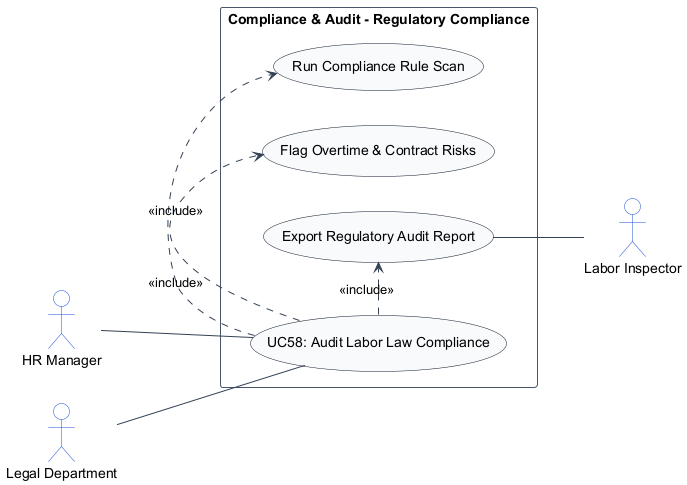
Above: usecase_images/module_09_compliance_audit/UC58.png in TamBui1706/HRPlatform (PlantUML), before the change. Its diagram source:
```plantuml
@startuml
left to right direction
skinparam shadowing false
skinparam packageStyle rectangle
skinparam actorStyle stickman

skinparam ArrowColor #334155
skinparam ActorBorderColor #1d4ed8
skinparam ActorBackgroundColor #ffffff
skinparam UsecaseBorderColor #0f172a
skinparam UsecaseBackgroundColor #f8fafc
skinparam RectangleBorderColor #475569
skinparam RectangleBackgroundColor #ffffff

actor "HR Manager" as HRManager
actor "Legal Department" as LegalDepartment
actor "Labor Inspector" as LaborInspector

rectangle "Compliance & Audit - Regulatory Compliance" {
    usecase "UC58: Audit Labor Law Compliance" as UC_Main
    usecase "Run Compliance Rule Scan" as UC_ScanRule
    usecase "Flag Overtime & Contract Risks" as UC_FlagRisk
    usecase "Export Regulatory Audit Report" as UC_ExportAudit

    HRManager -- UC_Main
    LegalDepartment -- UC_Main
    UC_Main .> UC_ScanRule : <<include>>
    UC_Main .> UC_FlagRisk : <<include>>
    UC_Main .> UC_ExportAudit : <<include>>
    UC_ExportAudit -- LaborInspector
}
@enduml
```
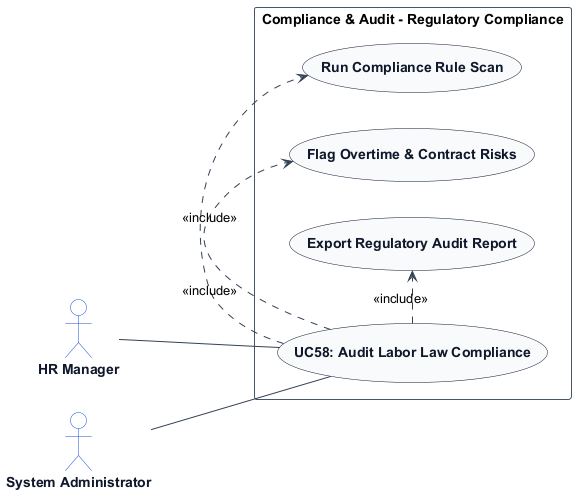
The same diagram one commit later.

What changed in the source:
```diff
@@ -7,14 +7,19 @@
 skinparam ArrowColor #334155
 skinparam ActorBorderColor #1d4ed8
 skinparam ActorBackgroundColor #ffffff
+skinparam ActorFontColor #0f172a
+skinparam ActorFontStyle bold
+
 skinparam UsecaseBorderColor #0f172a
 skinparam UsecaseBackgroundColor #f8fafc
+skinparam UsecaseFontColor #0f172a
+skinparam UsecaseFontStyle bold
+
 skinparam RectangleBorderColor #475569
 skinparam RectangleBackgroundColor #ffffff
 
 actor "HR Manager" as HRManager
-actor "Legal Department" as LegalDepartment
-actor "Labor Inspector" as LaborInspector
+actor "System Administrator" as SystemAdministrator
 
 rectangle "Compliance & Audit - Regulatory Compliance" {
     usecase "UC58: Audit Labor Law Compliance" as UC_Main
@@ -23,10 +28,9 @@
     usecase "Export Regulatory Audit Report" as UC_ExportAudit
 
     HRManager -- UC_Main
-    LegalDepartment -- UC_Main
+    SystemAdministrator -- UC_Main
     UC_Main .> UC_ScanRule : <<include>>
     UC_Main .> UC_FlagRisk : <<include>>
     UC_Main .> UC_ExportAudit : <<include>>
-    UC_ExportAudit -- LaborInspector
 }
 @enduml
```
